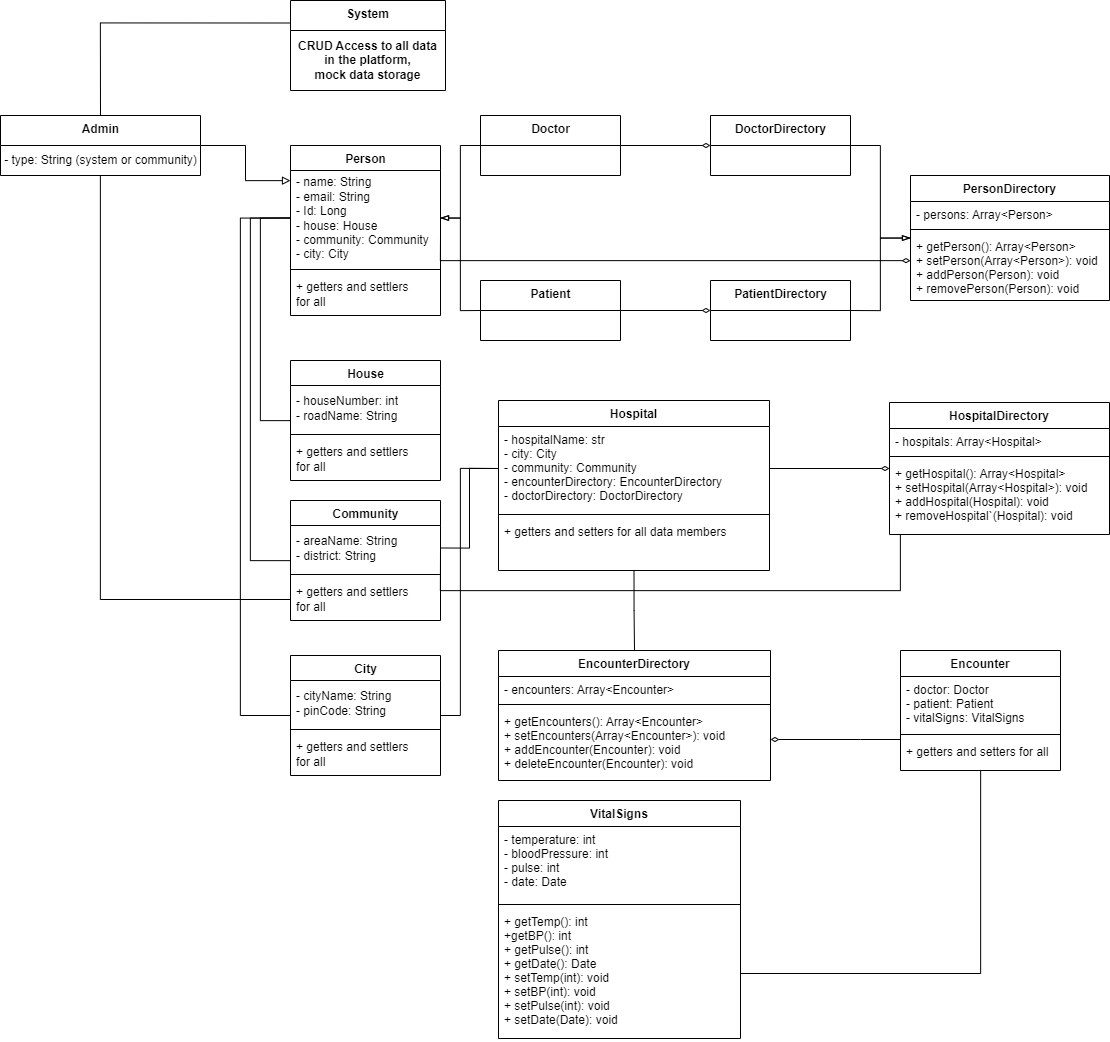
AkshatRamanathan/HealthLine-Solutions-Swing-App keeps this draw.io diagram as images/ClassDiagram.png. Above is the earlier version. Source tidied: cells renumbered, new cells last; positions are measured from the earlier drawing's top-left corner, leaving out a move shared by most shapes.
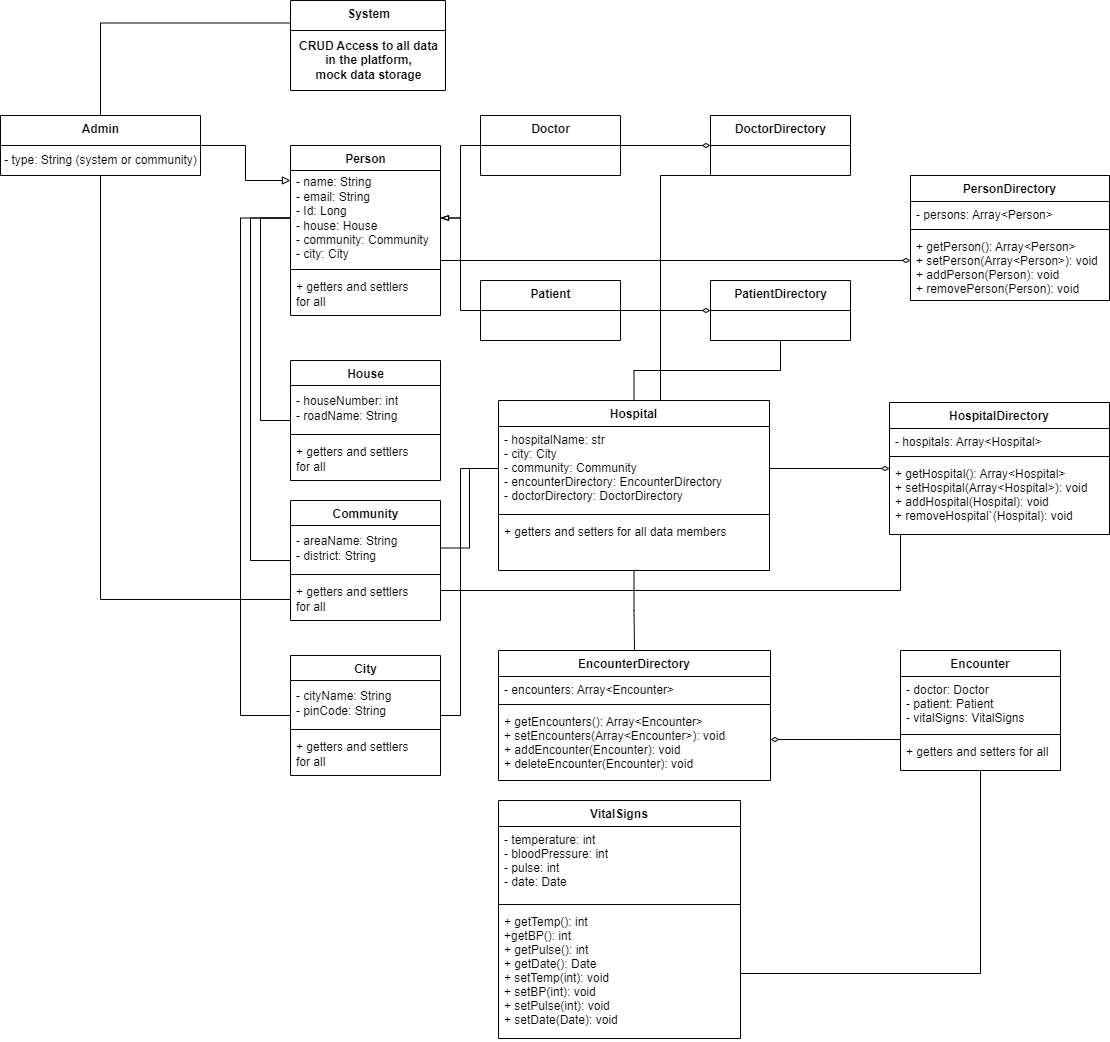
Later version of the same file.

Commit message:
fix: class diagram architecture

fix: class diagram architecture fixed

Diff of the diagram source:
```diff
@@ -65,6 +65,13 @@
     <mxCell id="22" style="edgeStyle=orthogonalEdgeStyle;rounded=0;jettySize=auto;html=1;entryX=0;entryY=0.5;entryDx=0;entryDy=0;endArrow=diamondThin;endFill=0;" parent="1" edge="1" source="23" target="29">
       <mxGeometry relative="1" as="geometry" />
     </mxCell>
+    <mxCell id="70" style="edgeStyle=orthogonalEdgeStyle;rounded=0;jettySize=auto;html=1;exitX=0.5;exitY=1;exitDx=0;exitDy=0;endArrow=none;endFill=0;" parent="1" edge="1" source="29" target="42">
+      <mxGeometry relative="1" as="geometry">
+        <Array as="points">
+          <mxPoint x="660" y="175" />
+        </Array>
+      </mxGeometry>
+    </mxCell>
     <mxCell id="23" value="&lt;b&gt;Doctor&lt;/b&gt;" style="swimlane;fontStyle=0;align=center;verticalAlign=top;horizontal=1;startSize=30;html=1;" parent="1" vertex="1">
       <mxGeometry x="480" y="115" width="140" height="60" as="geometry" />
     </mxCell>
@@ -74,21 +81,18 @@
     <mxCell id="25" style="edgeStyle=orthogonalEdgeStyle;rounded=0;jettySize=auto;html=1;exitX=1;exitY=0.5;exitDx=0;exitDy=0;entryX=0;entryY=0.5;entryDx=0;entryDy=0;endArrow=diamondThin;endFill=0;" parent="1" edge="1" source="26" target="31">
       <mxGeometry relative="1" as="geometry" />
     </mxCell>
+    <mxCell id="71" style="edgeStyle=orthogonalEdgeStyle;rounded=0;jettySize=auto;html=1;exitX=0.5;exitY=1;exitDx=0;exitDy=0;endArrow=none;endFill=0;" parent="1" edge="1" source="31" target="42">
+      <mxGeometry relative="1" as="geometry" />
+    </mxCell>
     <mxCell id="26" value="&lt;b&gt;Patient&lt;/b&gt;" style="swimlane;fontStyle=0;align=center;verticalAlign=top;horizontal=1;startSize=30;html=1;" parent="1" vertex="1">
       <mxGeometry x="480" y="280" width="140" height="60" as="geometry" />
     </mxCell>
     <mxCell id="27" style="edgeStyle=orthogonalEdgeStyle;rounded=0;jettySize=auto;html=1;exitX=0;exitY=0.5;exitDx=0;exitDy=0;entryX=1;entryY=0.5;entryDx=0;entryDy=0;endArrow=blockThin;endFill=0;" parent="1" edge="1" source="23" target="19">
       <mxGeometry relative="1" as="geometry" />
     </mxCell>
-    <mxCell id="28" style="edgeStyle=orthogonalEdgeStyle;rounded=0;jettySize=auto;html=1;exitX=1;exitY=0.5;exitDx=0;exitDy=0;endArrow=blockThin;endFill=0;" parent="1" edge="1" source="29" target="14">
-      <mxGeometry relative="1" as="geometry" />
-    </mxCell>
     <mxCell id="29" value="&lt;b&gt;DoctorDirectory&lt;/b&gt;" style="swimlane;fontStyle=0;align=center;verticalAlign=top;horizontal=1;startSize=30;html=1;" parent="1" vertex="1">
       <mxGeometry x="710" y="115" width="140" height="60" as="geometry" />
     </mxCell>
-    <mxCell id="30" style="edgeStyle=orthogonalEdgeStyle;rounded=0;jettySize=auto;html=1;exitX=1;exitY=0.5;exitDx=0;exitDy=0;entryX=0;entryY=0.5;entryDx=0;entryDy=0;endArrow=blockThin;endFill=0;" parent="1" edge="1" source="31" target="14">
-      <mxGeometry relative="1" as="geometry" />
-    </mxCell>
     <mxCell id="31" value="&lt;b&gt;PatientDirectory&lt;/b&gt;" style="swimlane;fontStyle=0;align=center;verticalAlign=top;horizontal=1;startSize=30;html=1;" parent="1" vertex="1">
       <mxGeometry x="710" y="280" width="140" height="60" as="geometry" />
     </mxCell>
```
